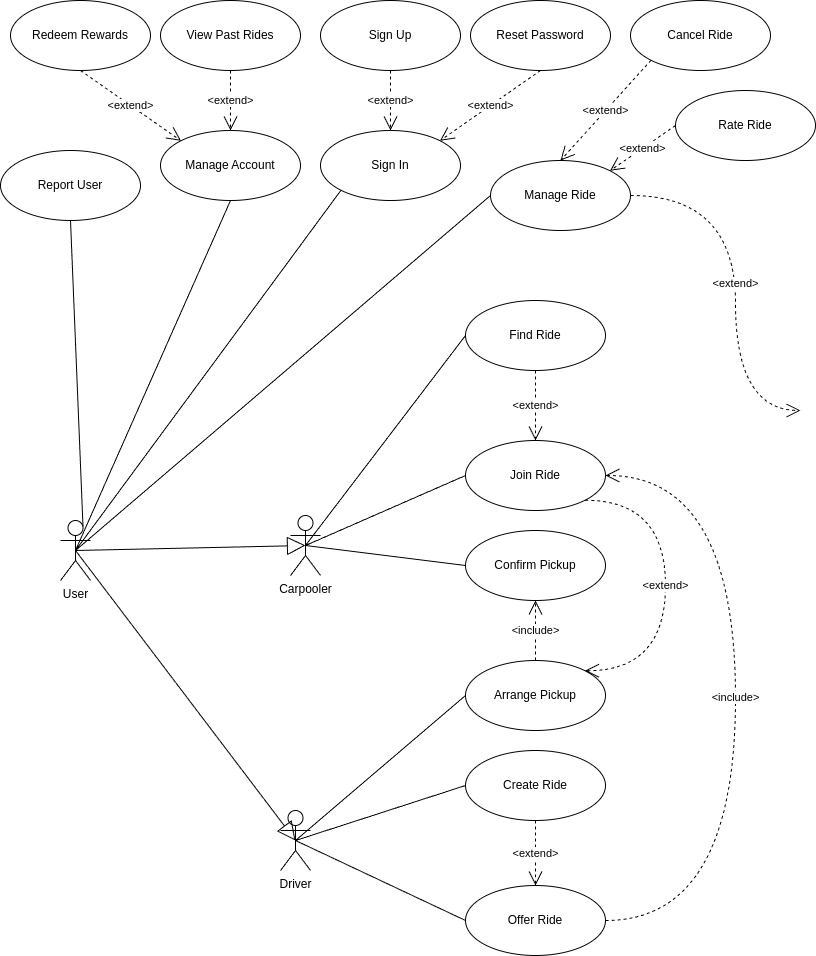
YannisRavasopoulos/ProjectSD_S6 keeps this draw.io diagram as TODO/use-cases2.drawio.png. Above is the earlier version. Source tidied: cells renumbered, new cells last; positions are measured from the earlier drawing's top-left corner, leaving out a move shared by most shapes.
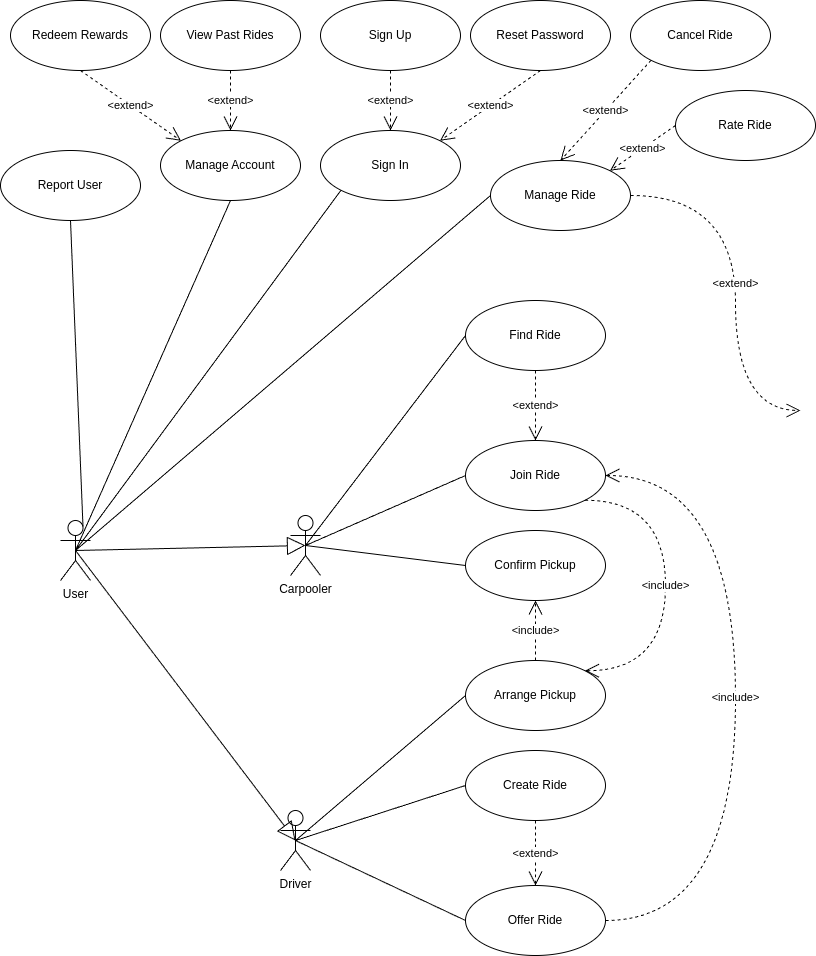
After the commit.

What changed in the source:
```diff
@@ -77,7 +77,7 @@
     <mxCell id="26" value="Join Ride" style="ellipse;whiteSpace=wrap;html=1;" parent="1" vertex="1">
       <mxGeometry x="465" y="440" width="140" height="70" as="geometry" />
     </mxCell>
-    <mxCell id="27" value="&amp;lt;extend&amp;gt;" style="endArrow=open;endSize=12;dashed=1;html=1;entryX=1;entryY=0;entryDx=0;entryDy=0;edgeStyle=orthogonalEdgeStyle;curved=1;exitX=1;exitY=1;exitDx=0;exitDy=0;" parent="1" edge="1" source="26" target="21">
+    <mxCell id="27" value="&amp;lt;include&amp;gt;" style="endArrow=open;endSize=12;dashed=1;html=1;entryX=1;entryY=0;entryDx=0;entryDy=0;edgeStyle=orthogonalEdgeStyle;curved=1;exitX=1;exitY=1;exitDx=0;exitDy=0;" parent="1" edge="1" source="26" target="21">
       <mxGeometry relative="1" as="geometry">
         <Array as="points">
           <mxPoint x="665" y="500" />
```
